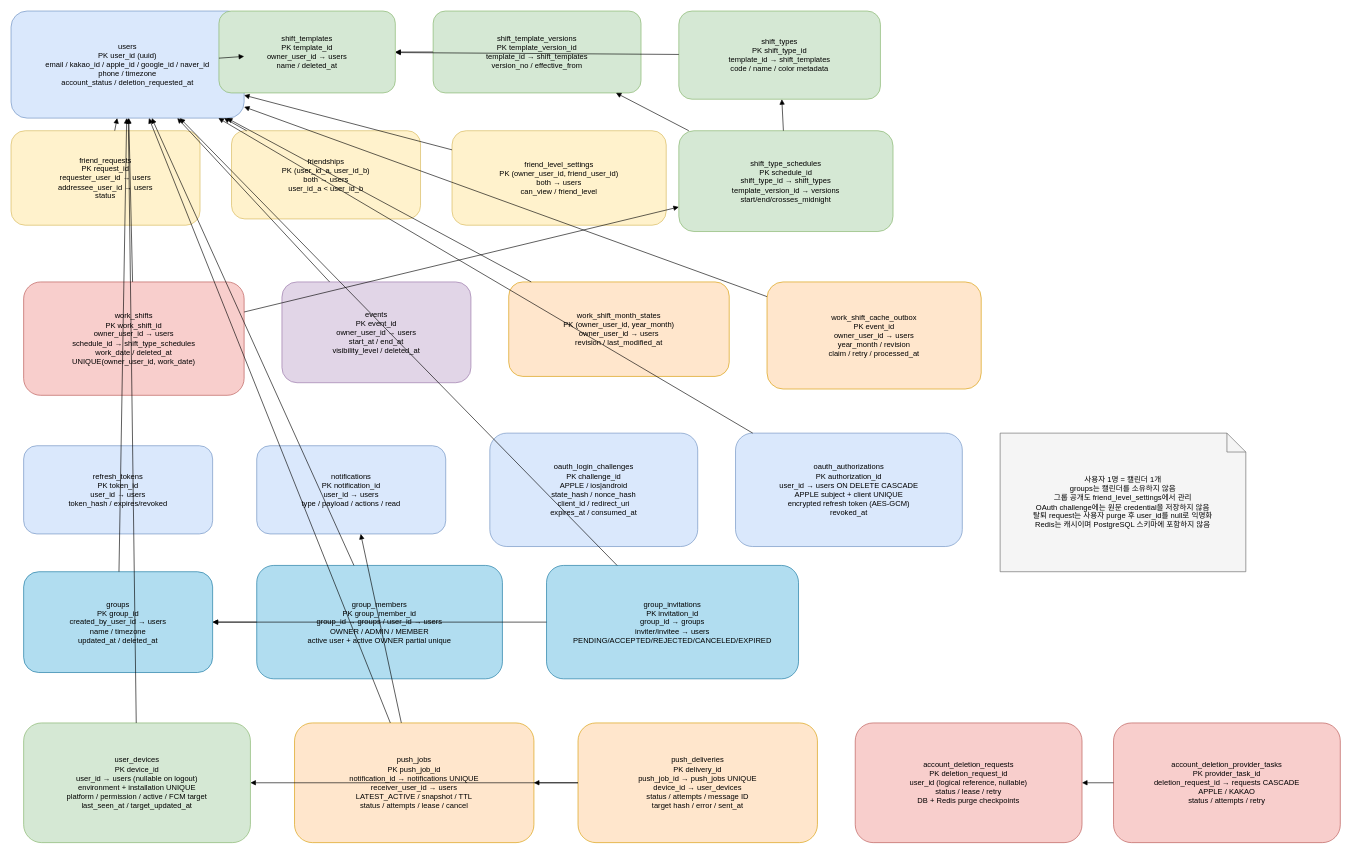
Earlier version of the draw.io diagram schema.drawio (hspark-1/shift_calendar_server). Source tidied: cells renumbered, new cells numbered last; positions are measured from the earlier drawing's top-left corner, leaving out a move shared by most shapes. Both pictures are drawn from the tidied source at 63%, with x=0, y=0 at pixel (11, 11).
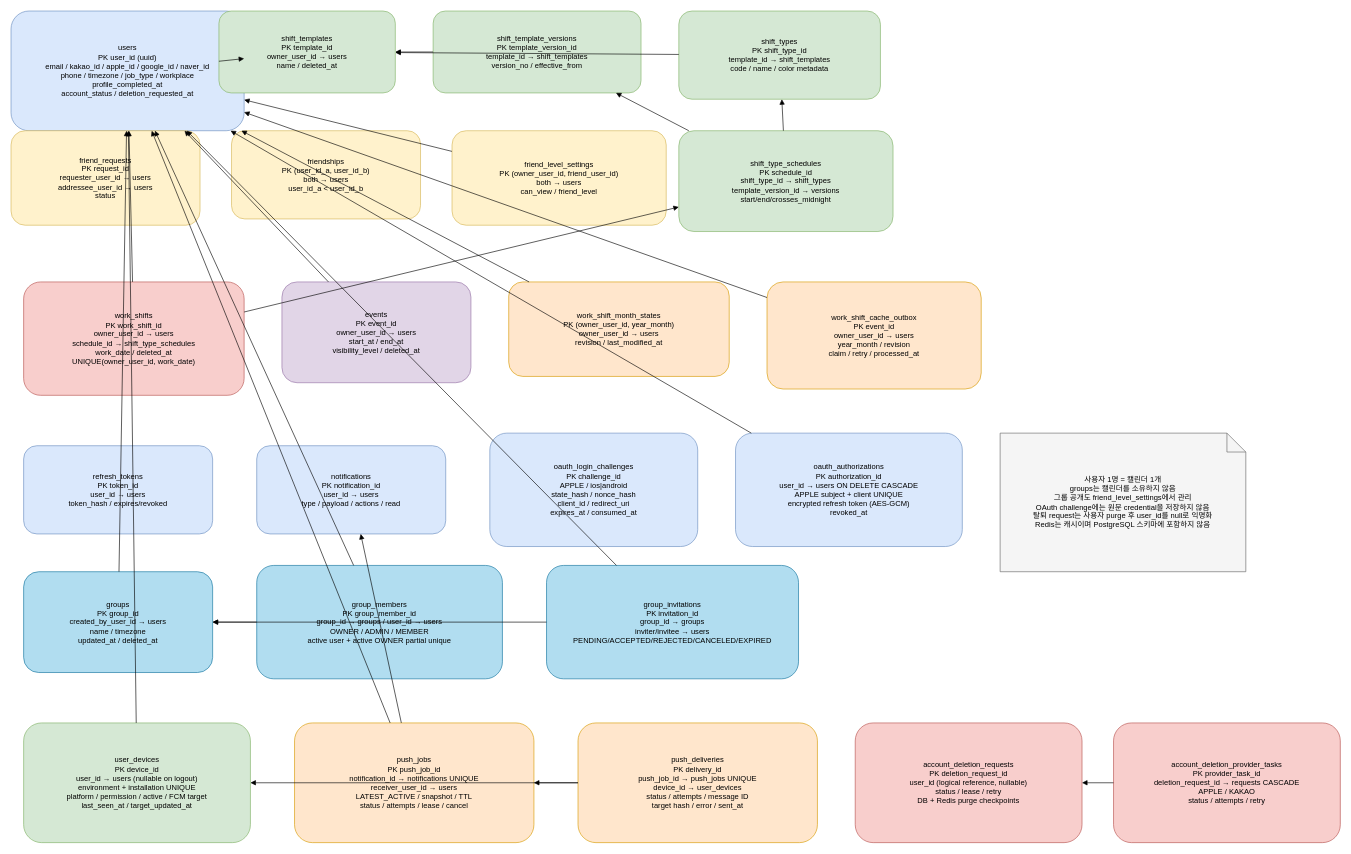
Above is the later version.

Change to the diagram source:
```diff
@@
-    <mxCell id="2" value="users&#10;PK user_id (uuid)&#10;email / kakao_id / apple_id / google_id / naver_id&#10;phone / timezone&#10;account_status / deletion_requested_at" style="rounded=1;whiteSpace=wrap;html=1;fillColor=#dae8fc;strokeColor=#6c8ebf;" parent="1" vertex="1">
-      <mxGeometry width="370" height="170" as="geometry" />
+    <mxCell id="2" value="users&#10;PK user_id (uuid)&#10;email / kakao_id / apple_id / google_id / naver_id&#10;phone / timezone / job_type / workplace&#10;profile_completed_at&#10;account_status / deletion_requested_at" style="rounded=1;whiteSpace=wrap;html=1;fillColor=#dae8fc;strokeColor=#6c8ebf;" parent="1" vertex="1">
+      <mxGeometry width="370" height="190" as="geometry" />
     </mxCell>
```
